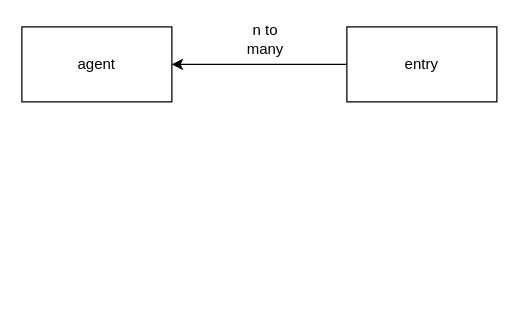
Earlier version of the draw.io diagram Docs/relations.drawio (manuelportakal/DataServer). Source tidied: cells renumbered, new cells numbered last; positions are measured from the earlier drawing's top-left corner, leaving out a move shared by most shapes. Both pictures are drawn from the tidied source at 125%, with x=0, y=0 at pixel (21, 26).
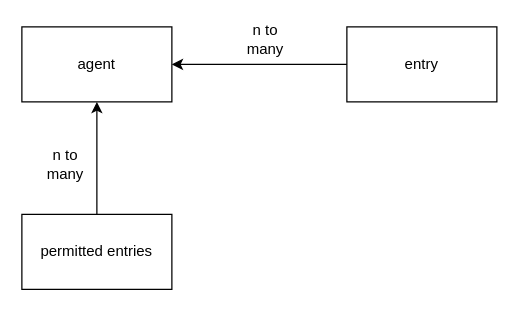
The same page after the edit.

The edit, as a diff of the source:
```diff
@@
 <mxGraphModel>
   <root>
     <mxCell id="0" />
     <mxCell id="1" parent="0" />
     <mxCell id="2" value="agent" style="rounded=0;whiteSpace=wrap;html=1;" parent="1" vertex="1">
       <mxGeometry width="120" height="60" as="geometry" />
     </mxCell>
     <mxCell id="3" value="entry" style="rounded=0;whiteSpace=wrap;html=1;" parent="1" vertex="1">
       <mxGeometry x="260" width="120" height="60" as="geometry" />
     </mxCell>
     <mxCell id="4" style="endArrow=classic;html=1;exitX=0;exitY=0.5;exitDx=0;exitDy=0;entryX=1;entryY=0.5;entryDx=0;entryDy=0;" parent="1" edge="1" source="3" target="2">
       <mxGeometry relative="1" as="geometry" />
     </mxCell>
     <mxCell id="5" value="n to many" style="text;html=1;strokeColor=none;fillColor=none;align=center;verticalAlign=middle;whiteSpace=wrap;rounded=0;" parent="1" vertex="1">
       <mxGeometry x="170" width="50" height="20" as="geometry" />
     </mxCell>
+    <mxCell id="6" value="permitted entries" style="rounded=0;whiteSpace=wrap;html=1;" parent="1" vertex="1">
+      <mxGeometry y="150" width="120" height="60" as="geometry" />
+    </mxCell>
+    <mxCell id="7" style="endArrow=classic;html=1;exitX=0.5;exitY=0;exitDx=0;exitDy=0;entryX=0.5;entryY=1;entryDx=0;entryDy=0;" parent="1" edge="1" source="6" target="2">
+      <mxGeometry relative="1" as="geometry" />
+    </mxCell>
+    <mxCell id="8" value="n to many" style="text;html=1;strokeColor=none;fillColor=none;align=center;verticalAlign=middle;whiteSpace=wrap;rounded=0;" parent="1" vertex="1">
+      <mxGeometry x="10" y="100" width="50" height="20" as="geometry" />
+    </mxCell>
   </root>
 </mxGraphModel>
```
